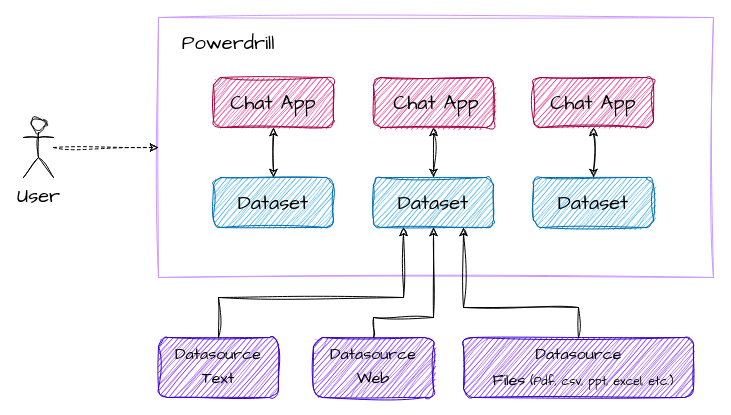
Above: images/chat_app.drawio in powerdrillai/powerdrill_docs (draw.io), before the change. Source tidied: cells renumbered, new cells numbered last; positions are measured from the earlier drawing's top-left corner, leaving out a move shared by most shapes. Both pictures are drawn from the tidied source at 100%, with x=0, y=0 at pixel (23, 17).
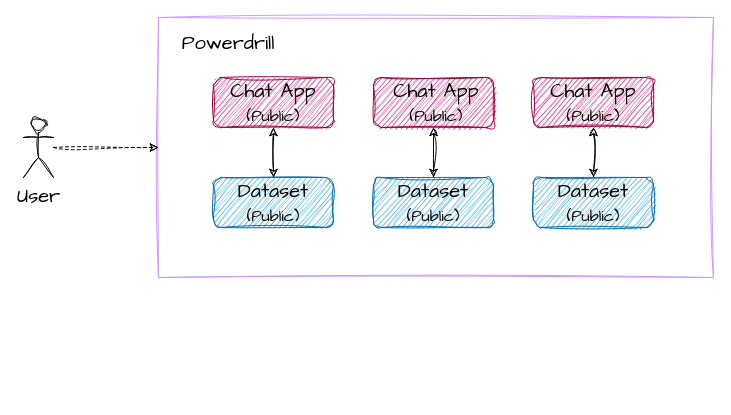
The same page after the edit.

Unchanged cells that the change refers to:
```xml
<mxCell id="3" style="rounded=1;whiteSpace=wrap;html=1;sketch=1;curveFitting=1;jiggle=2;fillColor=#1ba1e2;fontColor=#ffffff;strokeColor=#006EAF;" parent="1" vertex="1">
  <mxGeometry x="350" y="160" width="120" height="50" as="geometry" />
</mxCell>
```

What changed in the source:
```diff
@@
-    <mxCell id="4" value="Dataset" style="text;html=1;strokeColor=none;fillColor=none;align=center;verticalAlign=middle;whiteSpace=wrap;rounded=0;fontSize=20;fontFamily=Architects Daughter;sketch=1;curveFitting=1;jiggle=2;" parent="1" vertex="1">
+    <mxCell id="4" value="Dataset&lt;br&gt;&lt;font style=&quot;font-size: 16px;&quot;&gt;(Public)&lt;/font&gt;" style="text;html=1;strokeColor=none;fillColor=none;align=center;verticalAlign=middle;whiteSpace=wrap;rounded=0;fontSize=20;fontFamily=Architects Daughter;sketch=1;curveFitting=1;jiggle=2;" parent="1" vertex="1">
       <mxGeometry x="380" y="170" width="60" height="30" as="geometry" />
     </mxCell>
@@
-    <mxCell id="8" style="rounded=1;whiteSpace=wrap;html=1;sketch=1;hachureGap=4;jiggle=2;curveFitting=1;fontFamily=Architects Daughter;fontSize=20;fillColor=#6a00ff;fontColor=#ffffff;strokeColor=#3700CC;" parent="1" vertex="1">
-      <mxGeometry x="135" y="320" width="120" height="60" as="geometry" />
-    </mxCell>
-    <mxCell id="9" style="edgeStyle=orthogonalEdgeStyle;rounded=0;sketch=1;hachureGap=4;jiggle=2;curveFitting=1;jettySize=auto;html=1;entryX=0.25;entryY=1;entryDx=0;entryDy=0;fontFamily=Architects Daughter;fontSize=16;" parent="1" edge="1" source="10" target="3">
-      <mxGeometry relative="1" as="geometry">
-        <Array as="points">
-          <mxPoint x="195" y="280" />
-          <mxPoint x="380" y="280" />
-        </Array>
-      </mxGeometry>
-    </mxCell>
-    <mxCell id="10" value="&lt;font style=&quot;font-size: 16px;&quot;&gt;Datasource&lt;/font&gt;" style="text;html=1;strokeColor=none;fillColor=none;align=center;verticalAlign=middle;whiteSpace=wrap;rounded=0;fontSize=20;fontFamily=Architects Daughter;sketch=1;curveFitting=1;jiggle=2;" parent="1" vertex="1">
-      <mxGeometry x="165" y="320" width="60" height="30" as="geometry" />
-    </mxCell>
-    <mxCell id="11" value="&lt;font style=&quot;font-size: 16px;&quot;&gt;Text&lt;/font&gt;" style="text;html=1;strokeColor=none;fillColor=none;align=center;verticalAlign=middle;whiteSpace=wrap;rounded=0;fontSize=20;fontFamily=Architects Daughter;sketch=1;curveFitting=1;jiggle=2;" parent="1" vertex="1">
-      <mxGeometry x="165" y="344" width="60" height="30" as="geometry" />
-    </mxCell>
-    <mxCell id="12" style="rounded=1;whiteSpace=wrap;html=1;sketch=1;hachureGap=4;jiggle=2;curveFitting=1;fontFamily=Architects Daughter;fontSize=20;fillColor=#6a00ff;fontColor=#ffffff;strokeColor=#3700CC;" parent="1" vertex="1">
-      <mxGeometry x="290" y="320" width="120" height="60" as="geometry" />
-    </mxCell>
-    <mxCell id="13" style="edgeStyle=orthogonalEdgeStyle;rounded=0;sketch=1;hachureGap=4;jiggle=2;curveFitting=1;jettySize=auto;html=1;entryX=0.5;entryY=1;entryDx=0;entryDy=0;fontFamily=Architects Daughter;fontSize=16;" parent="1" edge="1" source="14" target="3">
-      <mxGeometry relative="1" as="geometry">
-        <Array as="points">
-          <mxPoint x="350" y="300" />
-          <mxPoint x="410" y="300" />
-        </Array>
-      </mxGeometry>
-    </mxCell>
-    <mxCell id="14" value="&lt;font style=&quot;font-size: 16px;&quot;&gt;Datasource&lt;/font&gt;" style="text;html=1;strokeColor=none;fillColor=none;align=center;verticalAlign=middle;whiteSpace=wrap;rounded=0;fontSize=20;fontFamily=Architects Daughter;sketch=1;curveFitting=1;jiggle=2;" parent="1" vertex="1">
-      <mxGeometry x="320" y="320" width="60" height="30" as="geometry" />
-    </mxCell>
-    <mxCell id="15" value="&lt;font style=&quot;font-size: 16px;&quot;&gt;Web&lt;/font&gt;" style="text;html=1;strokeColor=none;fillColor=none;align=center;verticalAlign=middle;whiteSpace=wrap;rounded=0;fontSize=20;fontFamily=Architects Daughter;sketch=1;curveFitting=1;jiggle=2;" parent="1" vertex="1">
-      <mxGeometry x="320" y="344" width="60" height="30" as="geometry" />
-    </mxCell>
-    <mxCell id="16" style="rounded=1;whiteSpace=wrap;html=1;sketch=1;hachureGap=4;jiggle=2;curveFitting=1;fontFamily=Architects Daughter;fontSize=20;fillColor=#6a00ff;fontColor=#ffffff;strokeColor=#3700CC;" parent="1" vertex="1">
-      <mxGeometry x="440" y="320" width="230" height="60" as="geometry" />
-    </mxCell>
-    <mxCell id="17" style="edgeStyle=orthogonalEdgeStyle;rounded=0;sketch=1;hachureGap=4;jiggle=2;curveFitting=1;jettySize=auto;html=1;entryX=0.75;entryY=1;entryDx=0;entryDy=0;fontFamily=Architects Daughter;fontSize=16;" parent="1" edge="1" source="18" target="3">
-      <mxGeometry relative="1" as="geometry">
-        <Array as="points">
-          <mxPoint x="555" y="290" />
-          <mxPoint x="440" y="290" />
-        </Array>
-      </mxGeometry>
-    </mxCell>
-    <mxCell id="18" value="&lt;font style=&quot;font-size: 16px;&quot;&gt;Datasource&lt;/font&gt;" style="text;html=1;strokeColor=none;fillColor=none;align=center;verticalAlign=middle;whiteSpace=wrap;rounded=0;fontSize=20;fontFamily=Architects Daughter;sketch=1;curveFitting=1;jiggle=2;" parent="1" vertex="1">
-      <mxGeometry x="502.5" y="320" width="105" height="30" as="geometry" />
-    </mxCell>
-    <mxCell id="19" value="&lt;font style=&quot;&quot;&gt;&lt;font style=&quot;font-size: 16px;&quot;&gt;Files&lt;/font&gt;&lt;font style=&quot;font-size: 12px;&quot;&gt; &lt;/font&gt;&lt;font style=&quot;font-size: 12px;&quot;&gt;(Pdf, csv, ppt, excel, etc.)&lt;/font&gt;&lt;/font&gt;" style="text;html=1;strokeColor=none;fillColor=none;align=center;verticalAlign=middle;whiteSpace=wrap;rounded=0;fontSize=20;fontFamily=Architects Daughter;strokeWidth=2;sketch=1;curveFitting=1;jiggle=2;" parent="1" vertex="1">
-      <mxGeometry x="460" y="346" width="200" height="30" as="geometry" />
-    </mxCell>
@@
-    <mxCell id="23" value="Dataset" style="text;html=1;strokeColor=none;fillColor=none;align=center;verticalAlign=middle;whiteSpace=wrap;rounded=0;fontSize=20;fontFamily=Architects Daughter;sketch=1;curveFitting=1;jiggle=2;" parent="1" vertex="1">
+    <mxCell id="23" value="Dataset&lt;br&gt;&lt;font style=&quot;font-size: 16px;&quot;&gt;(Public)&lt;/font&gt;" style="text;html=1;strokeColor=none;fillColor=none;align=center;verticalAlign=middle;whiteSpace=wrap;rounded=0;fontSize=20;fontFamily=Architects Daughter;sketch=1;curveFitting=1;jiggle=2;" parent="1" vertex="1">
       <mxGeometry x="540" y="170" width="60" height="30" as="geometry" />
     </mxCell>
@@
-    <mxCell id="27" value="Dataset" style="text;html=1;strokeColor=none;fillColor=none;align=center;verticalAlign=middle;whiteSpace=wrap;rounded=0;fontSize=20;fontFamily=Architects Daughter;sketch=1;curveFitting=1;jiggle=2;" parent="1" vertex="1">
+    <mxCell id="27" value="Dataset&lt;br&gt;&lt;font style=&quot;font-size: 16px;&quot;&gt;(Public)&lt;/font&gt;" style="text;html=1;strokeColor=none;fillColor=none;align=center;verticalAlign=middle;whiteSpace=wrap;rounded=0;fontSize=20;fontFamily=Architects Daughter;sketch=1;curveFitting=1;jiggle=2;" parent="1" vertex="1">
       <mxGeometry x="220" y="170" width="60" height="30" as="geometry" />
     </mxCell>
@@
-    <mxCell id="30" value="Chat App" style="text;html=1;strokeColor=none;fillColor=none;align=center;verticalAlign=middle;whiteSpace=wrap;rounded=0;fontSize=20;fontFamily=Architects Daughter;sketch=1;curveFitting=1;jiggle=2;" parent="1" vertex="1">
+    <mxCell id="30" value="Chat App&lt;br&gt;&lt;font style=&quot;font-size: 16px;&quot;&gt;(Public)&lt;/font&gt;" style="text;html=1;strokeColor=none;fillColor=none;align=center;verticalAlign=middle;whiteSpace=wrap;rounded=0;fontSize=20;fontFamily=Architects Daughter;sketch=1;curveFitting=1;jiggle=2;" parent="1" vertex="1">
       <mxGeometry x="200" y="70" width="100" height="30" as="geometry" />
     </mxCell>
-    <mxCell id="31" value="Chat App" style="text;html=1;strokeColor=none;fillColor=none;align=center;verticalAlign=middle;whiteSpace=wrap;rounded=0;fontSize=20;fontFamily=Architects Daughter;sketch=1;curveFitting=1;jiggle=2;" parent="1" vertex="1">
+    <mxCell id="31" value="Chat App&lt;br&gt;&lt;font style=&quot;font-size: 16px;&quot;&gt;(Public)&lt;/font&gt;" style="text;html=1;strokeColor=none;fillColor=none;align=center;verticalAlign=middle;whiteSpace=wrap;rounded=0;fontSize=20;fontFamily=Architects Daughter;sketch=1;curveFitting=1;jiggle=2;" parent="1" vertex="1">
       <mxGeometry x="362.5" y="70" width="100" height="30" as="geometry" />
     </mxCell>
-    <mxCell id="32" value="Chat App" style="text;html=1;strokeColor=none;fillColor=none;align=center;verticalAlign=middle;whiteSpace=wrap;rounded=0;fontSize=20;fontFamily=Architects Daughter;sketch=1;curveFitting=1;jiggle=2;" parent="1" vertex="1">
+    <mxCell id="32" value="Chat App&lt;br&gt;&lt;font style=&quot;font-size: 16px;&quot;&gt;(Public)&lt;/font&gt;" style="text;html=1;strokeColor=none;fillColor=none;align=center;verticalAlign=middle;whiteSpace=wrap;rounded=0;fontSize=20;fontFamily=Architects Daughter;sketch=1;curveFitting=1;jiggle=2;" parent="1" vertex="1">
       <mxGeometry x="520" y="70" width="100" height="30" as="geometry" />
     </mxCell>
```
